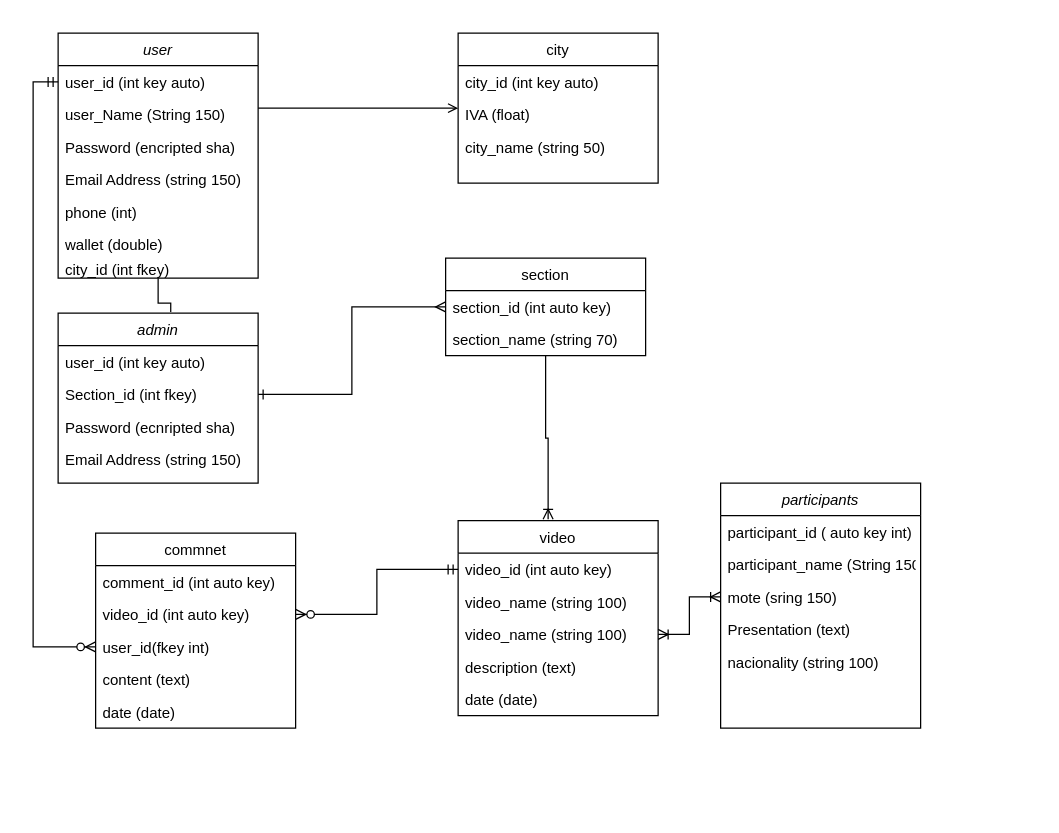
This is Untitled Diagram.drawio from SofiaGonzalo/Greyhound, a draw.io file, before an edit. Source tidied: cells renumbered, new cells numbered last; positions are measured from the earlier drawing's top-left corner, leaving out a move shared by most shapes. Both pictures are drawn from the tidied source at 125%, with x=0, y=0 at pixel (32, 32).
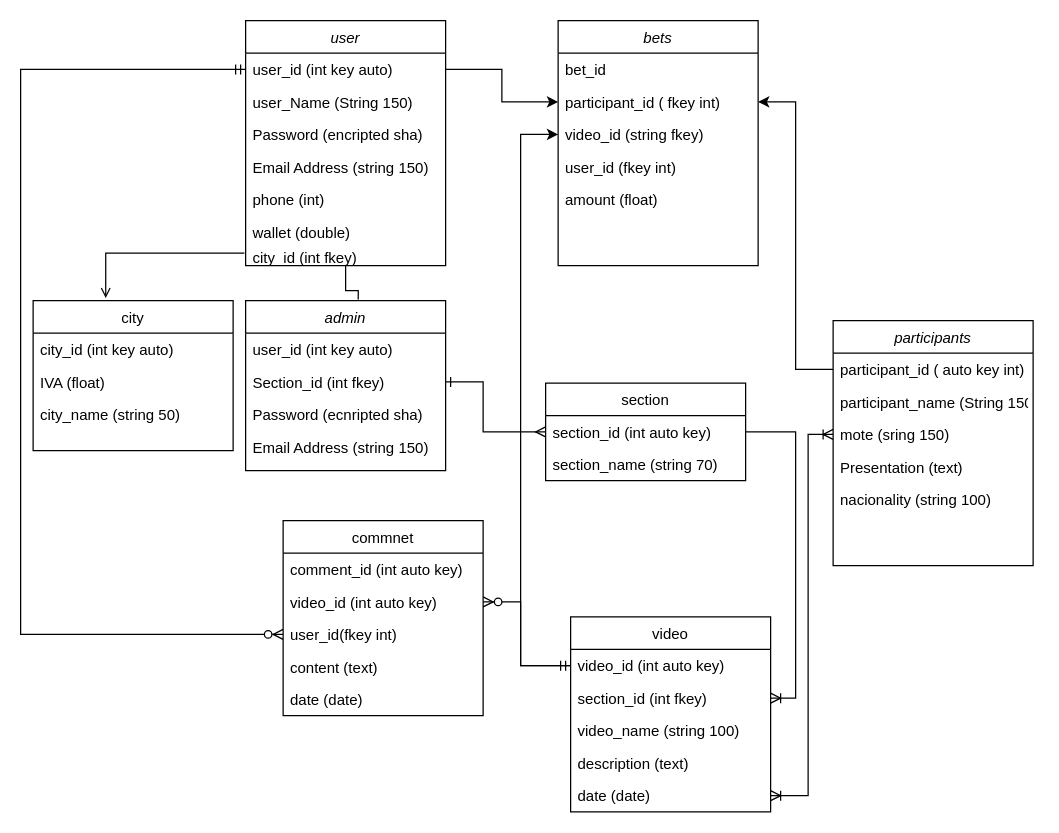
Above is the later version.

Unchanged cells that the change refers to:
```xml
<mxCell id="4" value="user_id (int key auto)" style="text;align=left;verticalAlign=top;spacingLeft=4;spacingRight=4;overflow=hidden;points=[[0,0.5],[1,0.5]];portConstraint=eastwest;" parent="3" vertex="1">
  <mxGeometry y="26" width="160" height="26" as="geometry" />
</mxCell>
<mxCell id="12" value="video_id (int auto key)" style="text;align=left;verticalAlign=top;spacingLeft=4;spacingRight=4;overflow=hidden;points=[[0,0.5],[1,0.5]];portConstraint=eastwest;" parent="11" vertex="1">
  <mxGeometry y="26" width="160" height="26" as="geometry" />
</mxCell>
<mxCell id="14" value="video_name (string 100)" style="text;align=left;verticalAlign=top;spacingLeft=4;spacingRight=4;overflow=hidden;points=[[0,0.5],[1,0.5]];portConstraint=eastwest;rounded=0;shadow=0;html=0;" parent="11" vertex="1">
  <mxGeometry y="78" width="160" height="26" as="geometry" />
</mxCell>
<mxCell id="16" value="date (date)" style="text;align=left;verticalAlign=top;spacingLeft=4;spacingRight=4;overflow=hidden;points=[[0,0.5],[1,0.5]];portConstraint=eastwest;rounded=0;shadow=0;html=0;" parent="11" vertex="1">
  <mxGeometry y="130" width="160" height="26" as="geometry" />
</mxCell>
<mxCell id="19" value="section_id (int auto key)" style="text;align=left;verticalAlign=top;spacingLeft=4;spacingRight=4;overflow=hidden;points=[[0,0.5],[1,0.5]];portConstraint=eastwest;" parent="18" vertex="1">
  <mxGeometry y="26" width="160" height="26" as="geometry" />
</mxCell>
<mxCell id="28" value="Section_id (int fkey)" style="text;align=left;verticalAlign=top;spacingLeft=4;spacingRight=4;overflow=hidden;points=[[0,0.5],[1,0.5]];portConstraint=eastwest;" parent="26" vertex="1">
  <mxGeometry y="52" width="160" height="26" as="geometry" />
</mxCell>
<mxCell id="33" value="participant_id ( auto key int)" style="text;align=left;verticalAlign=top;spacingLeft=4;spacingRight=4;overflow=hidden;points=[[0,0.5],[1,0.5]];portConstraint=eastwest;" parent="32" vertex="1">
  <mxGeometry y="26" width="160" height="26" as="geometry" />
</mxCell>
<mxCell id="35" value="mote (sring 150)" style="text;align=left;verticalAlign=top;spacingLeft=4;spacingRight=4;overflow=hidden;points=[[0,0.5],[1,0.5]];portConstraint=eastwest;rounded=0;shadow=0;html=0;" parent="32" vertex="1">
  <mxGeometry y="78" width="160" height="26" as="geometry" />
</mxCell>
<mxCell id="41" value="video_id (int auto key)" style="text;align=left;verticalAlign=top;spacingLeft=4;spacingRight=4;overflow=hidden;points=[[0,0.5],[1,0.5]];portConstraint=eastwest;" parent="39" vertex="1">
  <mxGeometry y="52" width="160" height="26" as="geometry" />
</mxCell>
<mxCell id="42" value="user_id(fkey int)" style="text;align=left;verticalAlign=top;spacingLeft=4;spacingRight=4;overflow=hidden;points=[[0,0.5],[1,0.5]];portConstraint=eastwest;rounded=0;shadow=0;html=0;" parent="39" vertex="1">
  <mxGeometry y="78" width="160" height="26" as="geometry" />
</mxCell>
```

Change to the diagram source:
```diff
@@
     <mxCell id="3" value="user" style="swimlane;fontStyle=2;align=center;verticalAlign=top;horizontal=1;startSize=26;rounded=0;shadow=0;strokeWidth=1;" parent="1" vertex="1">
-      <mxGeometry x="20" width="160" height="196" as="geometry" />
+      <mxGeometry x="170" y="-10" width="160" height="196" as="geometry" />
     </mxCell>
@@
     <mxCell id="11" value="video" style="swimlane;fontStyle=0;align=center;verticalAlign=top;horizontal=1;startSize=26;rounded=0;shadow=0;strokeWidth=1;" parent="1" vertex="1">
-      <mxGeometry x="340" y="390" width="160" height="156" as="geometry" />
+      <mxGeometry x="430" y="467" width="160" height="156" as="geometry" />
     </mxCell>
@@
-    <mxCell id="13" value="video_name (string 100)" style="text;align=left;verticalAlign=top;spacingLeft=4;spacingRight=4;overflow=hidden;points=[[0,0.5],[1,0.5]];portConstraint=eastwest;rounded=0;shadow=0;html=0;" parent="11" vertex="1">
+    <mxCell id="13" value="section_id (int fkey)" style="text;align=left;verticalAlign=top;spacingLeft=4;spacingRight=4;overflow=hidden;points=[[0,0.5],[1,0.5]];portConstraint=eastwest;rounded=0;shadow=0;html=0;" parent="11" vertex="1">
       <mxGeometry y="52" width="160" height="26" as="geometry" />
     </mxCell>
@@
-    <mxCell id="17" style="edgeStyle=orthogonalEdgeStyle;rounded=0;jettySize=auto;html=1;entryX=0.45;entryY=-0.007;entryDx=0;entryDy=0;entryPerimeter=0;startArrow=none;startFill=0;endArrow=ERoneToMany;endFill=0;" parent="1" edge="1" source="18" target="11">
+    <mxCell id="17" style="edgeStyle=orthogonalEdgeStyle;rounded=0;jettySize=auto;html=1;entryX=1;entryY=0.5;entryDx=0;entryDy=0;startArrow=none;startFill=0;endArrow=ERoneToMany;endFill=0;exitX=1;exitY=0.5;exitDx=0;exitDy=0;" parent="1" edge="1" source="19" target="13">
       <mxGeometry relative="1" as="geometry" />
     </mxCell>
     <mxCell id="18" value="section" style="swimlane;fontStyle=0;align=center;verticalAlign=top;horizontal=1;startSize=26;rounded=0;shadow=0;strokeWidth=1;" parent="1" vertex="1">
-      <mxGeometry x="330" y="180" width="160" height="78" as="geometry" />
+      <mxGeometry x="410" y="280" width="160" height="78" as="geometry" />
     </mxCell>
@@
     <mxCell id="21" value="city" style="swimlane;fontStyle=0;align=center;verticalAlign=top;horizontal=1;startSize=26;rounded=0;shadow=0;strokeWidth=1;" parent="1" vertex="1">
-      <mxGeometry x="340" width="160" height="120" as="geometry" />
+      <mxGeometry y="214" width="160" height="120" as="geometry" />
     </mxCell>
@@
-    <mxCell id="25" style="endArrow=open;shadow=0;strokeWidth=1;rounded=0;endFill=1;edgeStyle=elbowEdgeStyle;elbow=vertical;" parent="1" edge="1" source="3" target="21">
+    <mxCell id="25" style="endArrow=open;shadow=0;strokeWidth=1;rounded=0;endFill=1;edgeStyle=elbowEdgeStyle;elbow=vertical;entryX=0.363;entryY=-0.017;entryDx=0;entryDy=0;entryPerimeter=0;" parent="1" edge="1" target="21">
       <mxGeometry x="0.5" y="41" relative="1" as="geometry">
+        <mxPoint x="169" y="176" as="sourcePoint" />
+        <Array as="points">
+          <mxPoint x="90" y="176" />
+        </Array>
         <mxPoint x="-40" y="32" as="offset" />
       </mxGeometry>
     </mxCell>
     <mxCell id="26" value="admin" style="swimlane;fontStyle=2;align=center;verticalAlign=top;horizontal=1;startSize=26;rounded=0;shadow=0;strokeWidth=1;" parent="1" vertex="1">
-      <mxGeometry x="20" y="224" width="160" height="136" as="geometry" />
+      <mxGeometry x="170" y="214" width="160" height="136" as="geometry" />
     </mxCell>
@@
-    <mxCell id="31" style="edgeStyle=orthogonalEdgeStyle;rounded=0;jettySize=auto;html=1;entryX=1;entryY=0.5;entryDx=0;entryDy=0;endArrow=ERone;endFill=0;startArrow=ERmany;startFill=0;" parent="1" edge="1" source="19" target="28">
-      <mxGeometry relative="1" as="geometry" />
+    <mxCell id="31" style="edgeStyle=orthogonalEdgeStyle;rounded=0;jettySize=auto;html=1;entryX=1;entryY=0.5;entryDx=0;entryDy=0;endArrow=ERone;endFill=0;startArrow=ERmany;startFill=0;exitX=0;exitY=0.5;exitDx=0;exitDy=0;" parent="1" edge="1" source="19" target="28">
+      <mxGeometry relative="1" as="geometry">
+        <Array as="points">
+          <mxPoint x="360" y="319" />
+          <mxPoint x="360" y="279" />
+        </Array>
+      </mxGeometry>
     </mxCell>
     <mxCell id="32" value="participants" style="swimlane;fontStyle=2;align=center;verticalAlign=top;horizontal=1;startSize=26;rounded=0;shadow=0;strokeWidth=1;" parent="1" vertex="1">
-      <mxGeometry x="550" y="360" width="160" height="196" as="geometry" />
+      <mxGeometry x="640" y="230" width="160" height="196" as="geometry" />
     </mxCell>
@@
-    <mxCell id="38" style="edgeStyle=orthogonalEdgeStyle;rounded=0;jettySize=auto;html=1;entryX=0;entryY=0.5;entryDx=0;entryDy=0;startArrow=ERoneToMany;startFill=0;endArrow=ERoneToMany;endFill=0;" parent="1" edge="1" source="14" target="35">
-      <mxGeometry relative="1" as="geometry" />
+    <mxCell id="38" style="edgeStyle=orthogonalEdgeStyle;rounded=0;jettySize=auto;html=1;entryX=0;entryY=0.5;entryDx=0;entryDy=0;startArrow=ERoneToMany;startFill=0;endArrow=ERoneToMany;endFill=0;exitX=1;exitY=0.5;exitDx=0;exitDy=0;" parent="1" edge="1" source="16" target="35">
+      <mxGeometry relative="1" as="geometry">
+        <Array as="points">
+          <mxPoint x="620" y="610" />
+          <mxPoint x="620" y="321" />
+        </Array>
+      </mxGeometry>
     </mxCell>
     <mxCell id="39" value="commnet" style="swimlane;fontStyle=0;align=center;verticalAlign=top;horizontal=1;startSize=26;rounded=0;shadow=0;strokeWidth=1;" parent="1" vertex="1">
-      <mxGeometry x="50" y="400" width="160" height="156" as="geometry" />
+      <mxGeometry x="200" y="390" width="160" height="156" as="geometry" />
     </mxCell>
@@
     <mxCell id="45" style="edgeStyle=orthogonalEdgeStyle;rounded=0;jettySize=auto;html=1;entryX=0;entryY=0.5;entryDx=0;entryDy=0;startArrow=ERmandOne;startFill=0;endArrow=ERzeroToMany;endFill=1;" parent="1" edge="1" source="4" target="42">
       <mxGeometry relative="1" as="geometry">
         <Array as="points">
-          <mxPoint y="39" />
-          <mxPoint y="491" />
+          <mxPoint x="-10" y="29" />
+          <mxPoint x="-10" y="481" />
         </Array>
       </mxGeometry>
     </mxCell>
     <mxCell id="46" style="edgeStyle=orthogonalEdgeStyle;rounded=0;jettySize=auto;html=1;entryX=1;entryY=0.5;entryDx=0;entryDy=0;startArrow=ERmandOne;startFill=0;endArrow=ERzeroToMany;endFill=1;" parent="1" edge="1" source="12" target="41">
-      <mxGeometry relative="1" as="geometry" />
+      <mxGeometry relative="1" as="geometry">
+        <Array as="points">
+          <mxPoint x="390" y="506" />
+          <mxPoint x="390" y="455" />
+        </Array>
+      </mxGeometry>
     </mxCell>
+    <mxCell id="47" value="bets" style="swimlane;fontStyle=2;align=center;verticalAlign=top;horizontal=1;startSize=26;rounded=0;shadow=0;strokeWidth=1;" parent="1" vertex="1">
+      <mxGeometry x="420" y="-10" width="160" height="196" as="geometry" />
+    </mxCell>
+    <mxCell id="48" value="bet_id" style="text;align=left;verticalAlign=top;spacingLeft=4;spacingRight=4;overflow=hidden;rounded=0;shadow=0;html=0;" parent="47" vertex="1">
+      <mxGeometry y="26" width="160" height="26" as="geometry" />
+    </mxCell>
+    <mxCell id="49" value="participant_id ( fkey int)" style="text;align=left;verticalAlign=top;spacingLeft=4;spacingRight=4;overflow=hidden;points=[[0,0.5],[1,0.5]];portConstraint=eastwest;" parent="47" vertex="1">
+      <mxGeometry y="52" width="160" height="26" as="geometry" />
+    </mxCell>
+    <mxCell id="50" value="video_id (string fkey)" style="text;align=left;verticalAlign=top;spacingLeft=4;spacingRight=4;overflow=hidden;points=[[0,0.5],[1,0.5]];portConstraint=eastwest;" parent="47" vertex="1">
+      <mxGeometry y="78" width="160" height="26" as="geometry" />
+    </mxCell>
+    <mxCell id="51" value="user_id (fkey int)" style="text;align=left;verticalAlign=top;spacingLeft=4;spacingRight=4;overflow=hidden;rounded=0;shadow=0;html=0;" parent="47" vertex="1">
+      <mxGeometry y="104" width="160" height="26" as="geometry" />
+    </mxCell>
+    <mxCell id="52" value="amount (float)" style="text;align=left;verticalAlign=top;spacingLeft=4;spacingRight=4;overflow=hidden;" parent="47" vertex="1">
+      <mxGeometry y="130" width="160" height="20" as="geometry" />
+    </mxCell>
+    <mxCell id="53" style="edgeStyle=orthogonalEdgeStyle;rounded=0;jettySize=auto;html=1;" parent="1" edge="1" source="33" target="49">
+      <mxGeometry relative="1" as="geometry" />
+    </mxCell>
+    <mxCell id="54" style="edgeStyle=orthogonalEdgeStyle;rounded=0;jettySize=auto;html=1;entryX=0;entryY=0.5;entryDx=0;entryDy=0;" parent="1" edge="1" source="12" target="50">
+      <mxGeometry relative="1" as="geometry">
+        <Array as="points">
+          <mxPoint x="390" y="506" />
+        </Array>
+      </mxGeometry>
+    </mxCell>
+    <mxCell id="55" style="edgeStyle=orthogonalEdgeStyle;rounded=0;jettySize=auto;html=1;entryX=0;entryY=0.5;entryDx=0;entryDy=0;" parent="1" edge="1" source="4" target="49">
+      <mxGeometry relative="1" as="geometry" />
+    </mxCell>
```
